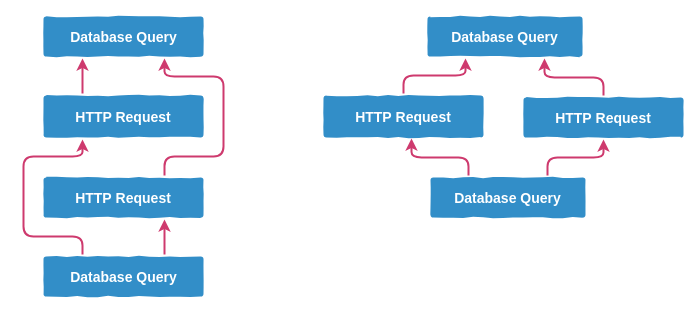
Earlier version of the draw.io export docs/images/sequential-vs-concurrent.png (amphp/amp). Source tidied: cells renumbered, new cells last; positions are measured from the earlier drawing's top-left corner, leaving out a move shared by most shapes. Source of this version:
```xml
<mxGraphModel background="#ffffff">
  <root>
    <mxCell id="0" />
    <mxCell id="1" parent="0" />
    <mxCell id="2" style="edgeStyle=orthogonalEdgeStyle;rounded=1;jettySize=auto;html=1;exitX=0.25;exitY=0;exitDx=0;exitDy=0;entryX=0.25;entryY=1;entryDx=0;entryDy=0;strokeColor=#ce3a6e;strokeWidth=2;" parent="1" edge="1" source="3" target="4">
      <mxGeometry relative="1" as="geometry" />
    </mxCell>
    <mxCell id="3" value="HTTP&amp;nbsp;Request" style="rounded=1;whiteSpace=wrap;html=1;shadow=0;labelBackgroundColor=none;strokeColor=none;strokeWidth=3;fillColor=#328ec8;fontFamily=Helvetica;fontSize=14;fontColor=#FFFFFF;align=center;spacing=5;fontStyle=1;arcSize=7;perimeterSpacing=2;comic=1;" parent="1" vertex="1">
      <mxGeometry x="20" y="79" width="160" height="42" as="geometry" />
    </mxCell>
    <mxCell id="4" value="Database Query" style="rounded=1;whiteSpace=wrap;html=1;shadow=0;labelBackgroundColor=none;strokeColor=none;strokeWidth=3;fillColor=#328ec8;fontFamily=Helvetica;fontSize=14;fontColor=#FFFFFF;align=center;spacing=5;fontStyle=1;arcSize=7;perimeterSpacing=2;glass=0;comic=1;" parent="1" vertex="1">
      <mxGeometry x="20" width="160" height="40" as="geometry" />
    </mxCell>
    <mxCell id="5" style="edgeStyle=orthogonalEdgeStyle;rounded=1;jettySize=auto;html=1;exitX=0.75;exitY=0;exitDx=0;exitDy=0;entryX=0.75;entryY=1;entryDx=0;entryDy=0;strokeColor=#ce3a6e;strokeWidth=2;" parent="1" edge="1" source="6" target="4">
      <mxGeometry relative="1" as="geometry">
        <Array as="points">
          <mxPoint x="141" y="140" />
          <mxPoint x="200" y="140" />
          <mxPoint x="200" y="60" />
          <mxPoint x="141" y="60" />
        </Array>
      </mxGeometry>
    </mxCell>
    <mxCell id="6" value="HTTP Request" style="rounded=1;whiteSpace=wrap;html=1;shadow=0;labelBackgroundColor=none;strokeColor=none;strokeWidth=3;fillColor=#328ec8;fontFamily=Helvetica;fontSize=14;fontColor=#FFFFFF;align=center;spacing=5;fontStyle=1;arcSize=7;perimeterSpacing=2;comic=1;" parent="1" vertex="1">
      <mxGeometry x="20" y="161" width="160" height="40" as="geometry" />
    </mxCell>
    <mxCell id="7" style="edgeStyle=orthogonalEdgeStyle;rounded=1;jettySize=auto;html=1;exitX=0.75;exitY=0;exitDx=0;exitDy=0;entryX=0.75;entryY=1;entryDx=0;entryDy=0;strokeColor=#ce3a6e;strokeWidth=2;" parent="1" edge="1" source="9" target="6">
      <mxGeometry relative="1" as="geometry" />
    </mxCell>
    <mxCell id="8" style="edgeStyle=orthogonalEdgeStyle;rounded=1;jettySize=auto;html=1;exitX=0.25;exitY=0;exitDx=0;exitDy=0;entryX=0.25;entryY=1;entryDx=0;entryDy=0;strokeColor=#ce3a6e;strokeWidth=2;" parent="1" edge="1" source="9" target="3">
      <mxGeometry relative="1" as="geometry">
        <Array as="points">
          <mxPoint x="59" y="220" />
          <mxPoint y="220" />
          <mxPoint y="140" />
          <mxPoint x="59" y="140" />
        </Array>
      </mxGeometry>
    </mxCell>
    <mxCell id="9" value="Database Query" style="rounded=1;whiteSpace=wrap;html=1;shadow=0;labelBackgroundColor=none;strokeColor=none;strokeWidth=3;fillColor=#328ec8;fontFamily=Helvetica;fontSize=14;fontColor=#FFFFFF;align=center;spacing=5;fontStyle=1;arcSize=7;perimeterSpacing=2;comic=1;" parent="1" vertex="1">
      <mxGeometry x="20" y="240" width="160" height="40" as="geometry" />
    </mxCell>
    <mxCell id="10" style="edgeStyle=orthogonalEdgeStyle;rounded=1;jettySize=auto;html=1;exitX=0.5;exitY=0;exitDx=0;exitDy=0;entryX=0.75;entryY=1;entryDx=0;entryDy=0;strokeColor=#ce3a6e;strokeWidth=2;" parent="1" edge="1" source="11" target="12">
      <mxGeometry relative="1" as="geometry" />
    </mxCell>
    <mxCell id="11" value="HTTP Request" style="rounded=1;whiteSpace=wrap;html=1;shadow=0;labelBackgroundColor=none;strokeColor=none;strokeWidth=3;fillColor=#328ec8;fontFamily=Helvetica;fontSize=14;fontColor=#FFFFFF;align=center;spacing=5;fontStyle=1;arcSize=7;perimeterSpacing=2;comic=1;" parent="1" vertex="1">
      <mxGeometry x="500" y="81" width="160" height="40" as="geometry" />
    </mxCell>
    <mxCell id="12" value="Database Query" style="rounded=1;whiteSpace=wrap;html=1;shadow=0;labelBackgroundColor=none;strokeColor=none;strokeWidth=3;fillColor=#328ec8;fontFamily=Helvetica;fontSize=14;fontColor=#FFFFFF;align=center;spacing=5;fontStyle=1;arcSize=7;perimeterSpacing=2;glass=0;comic=1;" parent="1" vertex="1">
      <mxGeometry x="404" width="155" height="40" as="geometry" />
    </mxCell>
    <mxCell id="13" style="edgeStyle=orthogonalEdgeStyle;rounded=1;jettySize=auto;html=1;exitX=0.5;exitY=0;exitDx=0;exitDy=0;entryX=0.25;entryY=1;entryDx=0;entryDy=0;strokeColor=#ce3a6e;strokeWidth=2;" parent="1" edge="1" source="14" target="12">
      <mxGeometry relative="1" as="geometry" />
    </mxCell>
    <mxCell id="14" value="HTTP Request" style="rounded=1;whiteSpace=wrap;html=1;shadow=0;labelBackgroundColor=none;strokeColor=none;strokeWidth=3;fillColor=#328ec8;fontFamily=Helvetica;fontSize=14;fontColor=#FFFFFF;align=center;spacing=5;fontStyle=1;arcSize=7;perimeterSpacing=2;comic=1;" parent="1" vertex="1">
      <mxGeometry x="300" y="79" width="160" height="42" as="geometry" />
    </mxCell>
    <mxCell id="15" style="edgeStyle=orthogonalEdgeStyle;rounded=1;jettySize=auto;html=1;exitX=0.25;exitY=0;exitDx=0;exitDy=0;entryX=0.551;entryY=0.974;entryDx=0;entryDy=0;entryPerimeter=0;strokeColor=#ce3a6e;strokeWidth=2;" parent="1" edge="1" source="17" target="14">
      <mxGeometry relative="1" as="geometry" />
    </mxCell>
    <mxCell id="16" style="edgeStyle=orthogonalEdgeStyle;rounded=1;jettySize=auto;html=1;exitX=0.75;exitY=0;exitDx=0;exitDy=0;entryX=0.5;entryY=1;entryDx=0;entryDy=0;strokeColor=#ce3a6e;strokeWidth=2;" parent="1" edge="1" source="17" target="11">
      <mxGeometry relative="1" as="geometry" />
    </mxCell>
    <mxCell id="17" value="Database Query" style="rounded=1;whiteSpace=wrap;html=1;shadow=0;labelBackgroundColor=none;strokeColor=none;strokeWidth=3;fillColor=#328ec8;fontFamily=Helvetica;fontSize=14;fontColor=#FFFFFF;align=center;spacing=5;fontStyle=1;arcSize=7;perimeterSpacing=2;comic=1;" parent="1" vertex="1">
      <mxGeometry x="407" y="161" width="155" height="40" as="geometry" />
    </mxCell>
  </root>
</mxGraphModel>
```
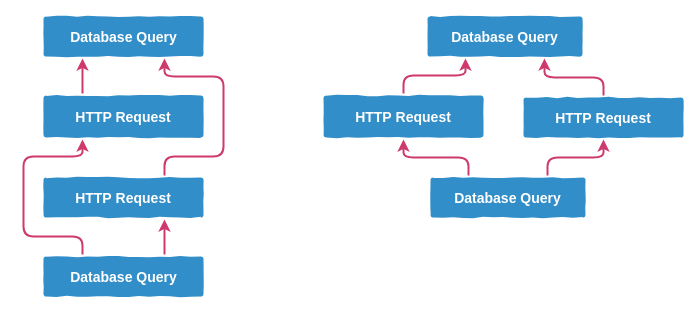
After the commit.

Commit message:
Fix arrow position in sequential-vs-concurrent.png

The edit, as a diff of the source:
```diff
@@ -55,7 +55,7 @@
     <mxCell id="14" value="HTTP Request" style="rounded=1;whiteSpace=wrap;html=1;shadow=0;labelBackgroundColor=none;strokeColor=none;strokeWidth=3;fillColor=#328ec8;fontFamily=Helvetica;fontSize=14;fontColor=#FFFFFF;align=center;spacing=5;fontStyle=1;arcSize=7;perimeterSpacing=2;comic=1;" parent="1" vertex="1">
       <mxGeometry x="300" y="79" width="160" height="42" as="geometry" />
     </mxCell>
-    <mxCell id="15" style="edgeStyle=orthogonalEdgeStyle;rounded=1;jettySize=auto;html=1;exitX=0.25;exitY=0;exitDx=0;exitDy=0;entryX=0.551;entryY=0.974;entryDx=0;entryDy=0;entryPerimeter=0;strokeColor=#ce3a6e;strokeWidth=2;" parent="1" edge="1" source="17" target="14">
+    <mxCell id="15" style="edgeStyle=orthogonalEdgeStyle;rounded=1;jettySize=auto;html=1;exitX=0.25;exitY=0;exitDx=0;exitDy=0;entryX=0.5;entryY=1;entryDx=0;entryDy=0;strokeColor=#ce3a6e;strokeWidth=2;" parent="1" edge="1" source="17" target="14">
       <mxGeometry relative="1" as="geometry" />
     </mxCell>
     <mxCell id="16" style="edgeStyle=orthogonalEdgeStyle;rounded=1;jettySize=auto;html=1;exitX=0.75;exitY=0;exitDx=0;exitDy=0;entryX=0.5;entryY=1;entryDx=0;entryDy=0;strokeColor=#ce3a6e;strokeWidth=2;" parent="1" edge="1" source="17" target="11">
```
